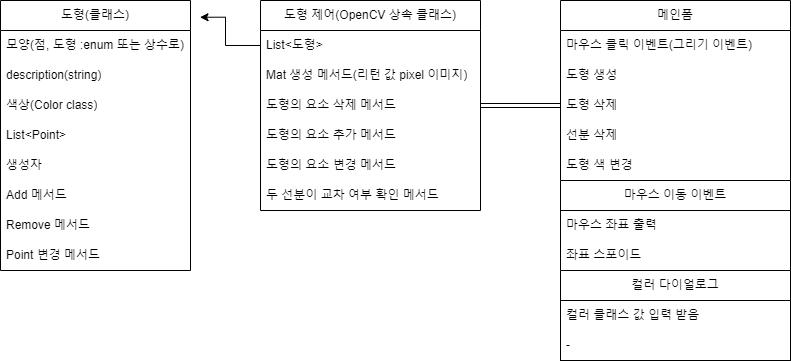
This is YJ_Project03/Program_structure.drawio.png from MenDogSai/note, a draw.io export, as it was before one commit. Source tidied: cells renumbered, new cells last; positions are measured from the earlier drawing's top-left corner, leaving out a move shared by most shapes.
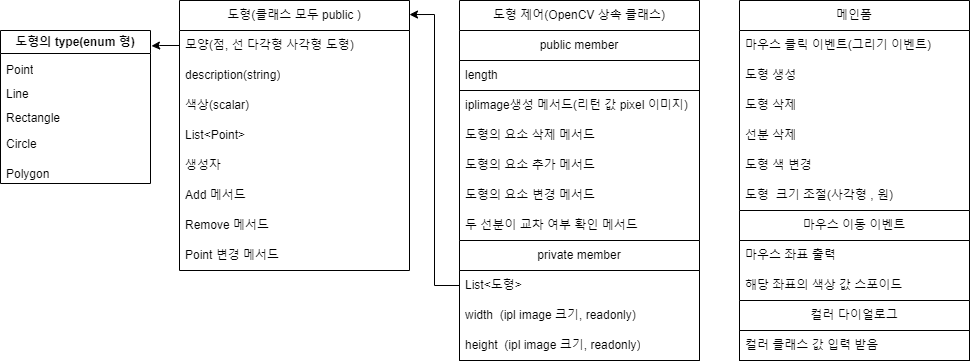
The same diagram one commit later.

The edit, as a diff of the source:
```diff
@@ -2,60 +2,69 @@
   <root>
     <mxCell id="0" />
     <mxCell id="1" parent="0" />
-    <mxCell id="2" value="도형(클래스)" style="swimlane;fontStyle=0;horizontal=1;startSize=30;whiteSpace=wrap;html=1;strokeColor=default;fontFamily=Helvetica;fontSize=12;fontColor=default;fillColor=default;" parent="1" vertex="1">
-      <mxGeometry width="190" height="270" as="geometry" />
+    <mxCell id="2" value="도형(클래스 모두 public )" style="swimlane;fontStyle=0;horizontal=1;startSize=30;whiteSpace=wrap;html=1;strokeColor=default;fontFamily=Helvetica;fontSize=12;fontColor=default;fillColor=default;" parent="1" vertex="1">
+      <mxGeometry width="230" height="270" as="geometry" />
     </mxCell>
-    <mxCell id="3" value="모양(점, 도형 :enum 또는 상수로)" style="text;strokeColor=none;fillColor=none;align=left;verticalAlign=middle;spacingLeft=4;spacingRight=4;overflow=hidden;points=[[0,0.5],[1,0.5]];portConstraint=eastwest;whiteSpace=wrap;html=1;fontSize=12;fontFamily=Helvetica;fontColor=default;" parent="2" vertex="1">
-      <mxGeometry y="30" width="190" height="30" as="geometry" />
+    <mxCell id="3" value="모양(점, 선 다각형 사각형 도형)" style="text;strokeColor=none;fillColor=none;align=left;verticalAlign=middle;spacingLeft=4;spacingRight=4;overflow=hidden;points=[[0,0.5],[1,0.5]];portConstraint=eastwest;whiteSpace=wrap;html=1;fontSize=12;fontFamily=Helvetica;fontColor=default;" parent="2" vertex="1">
+      <mxGeometry y="30" width="230" height="30" as="geometry" />
     </mxCell>
     <mxCell id="4" value="description(string)" style="text;strokeColor=none;fillColor=none;align=left;verticalAlign=middle;spacingLeft=4;spacingRight=4;overflow=hidden;whiteSpace=wrap;html=1;" parent="2" vertex="1">
-      <mxGeometry y="60" width="190" height="30" as="geometry" />
+      <mxGeometry y="60" width="230" height="30" as="geometry" />
     </mxCell>
-    <mxCell id="5" value="색상(Color class)" style="text;strokeColor=none;fillColor=none;align=left;verticalAlign=middle;spacingLeft=4;spacingRight=4;overflow=hidden;whiteSpace=wrap;html=1;" parent="2" vertex="1">
-      <mxGeometry y="90" width="190" height="30" as="geometry" />
+    <mxCell id="5" value="색상(scalar)" style="text;strokeColor=none;fillColor=none;align=left;verticalAlign=middle;spacingLeft=4;spacingRight=4;overflow=hidden;whiteSpace=wrap;html=1;" parent="2" vertex="1">
+      <mxGeometry y="90" width="230" height="30" as="geometry" />
     </mxCell>
     <mxCell id="6" value="List&amp;lt;Point&amp;gt;&amp;nbsp;" style="text;strokeColor=none;fillColor=none;align=left;verticalAlign=middle;spacingLeft=4;spacingRight=4;overflow=hidden;whiteSpace=wrap;html=1;fontSize=12;fontFamily=Helvetica;fontColor=default;" parent="2" vertex="1">
-      <mxGeometry y="120" width="190" height="30" as="geometry" />
+      <mxGeometry y="120" width="230" height="30" as="geometry" />
     </mxCell>
     <mxCell id="7" value="생성자" style="text;strokeColor=none;fillColor=none;align=left;verticalAlign=middle;spacingLeft=4;spacingRight=4;overflow=hidden;whiteSpace=wrap;html=1;" parent="2" vertex="1">
-      <mxGeometry y="150" width="190" height="30" as="geometry" />
+      <mxGeometry y="150" width="230" height="30" as="geometry" />
     </mxCell>
     <mxCell id="8" value="Add 메서드" style="text;strokeColor=none;fillColor=none;align=left;verticalAlign=middle;spacingLeft=4;spacingRight=4;overflow=hidden;whiteSpace=wrap;html=1;" parent="2" vertex="1">
-      <mxGeometry y="180" width="190" height="30" as="geometry" />
+      <mxGeometry y="180" width="230" height="30" as="geometry" />
     </mxCell>
     <mxCell id="9" value="Remove 메서드" style="text;strokeColor=none;fillColor=none;align=left;verticalAlign=middle;spacingLeft=4;spacingRight=4;overflow=hidden;whiteSpace=wrap;html=1;" parent="2" vertex="1">
-      <mxGeometry y="210" width="190" height="30" as="geometry" />
+      <mxGeometry y="210" width="230" height="30" as="geometry" />
     </mxCell>
     <mxCell id="10" value="Point 변경 메서드" style="text;strokeColor=none;fillColor=none;align=left;verticalAlign=middle;spacingLeft=4;spacingRight=4;overflow=hidden;whiteSpace=wrap;html=1;" parent="2" vertex="1">
-      <mxGeometry y="240" width="190" height="30" as="geometry" />
+      <mxGeometry y="240" width="230" height="30" as="geometry" />
     </mxCell>
-    <mxCell id="11" style="edgeStyle=orthogonalEdgeStyle;rounded=0;jettySize=auto;html=1;shape=link;" parent="1" edge="1" source="12" target="23">
-      <mxGeometry relative="1" as="geometry" />
-    </mxCell>
     <mxCell id="12" value="도형 제어(OpenCV 상속 클래스)" style="swimlane;fontStyle=0;horizontal=1;startSize=30;whiteSpace=wrap;html=1;strokeColor=default;fontFamily=Helvetica;fontSize=12;fontColor=default;fillColor=default;" parent="1" vertex="1">
-      <mxGeometry x="260" width="220" height="210" as="geometry" />
+      <mxGeometry x="280" width="240" height="360" as="geometry" />
     </mxCell>
-    <mxCell id="13" value="List&amp;lt;도형&amp;gt;" style="text;strokeColor=none;fillColor=none;align=left;verticalAlign=middle;spacingLeft=4;spacingRight=4;overflow=hidden;points=[[0,0.5],[1,0.5]];portConstraint=eastwest;whiteSpace=wrap;html=1;" parent="12" vertex="1">
-      <mxGeometry y="30" width="220" height="30" as="geometry" />
-    </mxCell>
+    <mxCell id="32" value="public member" style="swimlane;fontStyle=0;horizontal=1;startSize=30;whiteSpace=wrap;html=1;strokeColor=default;fontFamily=Helvetica;fontSize=12;fontColor=default;fillColor=default;" parent="12" vertex="1">
+      <mxGeometry y="30" width="240" height="60" as="geometry" />
+    </mxCell>
+    <mxCell id="33" value="length" style="text;strokeColor=none;fillColor=none;align=left;verticalAlign=middle;spacingLeft=4;spacingRight=4;overflow=hidden;whiteSpace=wrap;html=1;fontSize=12;fontFamily=Helvetica;fontColor=default;" parent="32" vertex="1">
+      <mxGeometry y="30" width="240" height="30" as="geometry" />
+    </mxCell>
-    <mxCell id="14" value="Mat 생성 메서드(리턴 값 pixel 이미지)&lt;br&gt;" style="text;strokeColor=none;fillColor=none;align=left;verticalAlign=middle;spacingLeft=4;spacingRight=4;overflow=hidden;whiteSpace=wrap;html=1;fontSize=12;fontFamily=Helvetica;fontColor=default;" parent="12" vertex="1">
-      <mxGeometry y="60" width="220" height="30" as="geometry" />
+    <mxCell id="14" value="iplimage생성 메서드(리턴 값 pixel 이미지)" style="text;strokeColor=none;fillColor=none;align=left;verticalAlign=middle;spacingLeft=4;spacingRight=4;overflow=hidden;whiteSpace=wrap;html=1;fontSize=12;fontFamily=Helvetica;fontColor=default;" parent="12" vertex="1">
+      <mxGeometry y="90" width="240" height="30" as="geometry" />
     </mxCell>
     <mxCell id="15" value="도형의 요소 삭제 메서드" style="text;strokeColor=none;fillColor=none;align=left;verticalAlign=middle;spacingLeft=4;spacingRight=4;overflow=hidden;whiteSpace=wrap;html=1;fontSize=12;fontFamily=Helvetica;fontColor=default;" parent="12" vertex="1">
-      <mxGeometry y="90" width="220" height="30" as="geometry" />
+      <mxGeometry y="120" width="240" height="30" as="geometry" />
     </mxCell>
     <mxCell id="16" value="도형의 요소 추가 메서드" style="text;strokeColor=none;fillColor=none;align=left;verticalAlign=middle;spacingLeft=4;spacingRight=4;overflow=hidden;whiteSpace=wrap;html=1;fontSize=12;fontFamily=Helvetica;fontColor=default;" parent="12" vertex="1">
-      <mxGeometry y="120" width="220" height="30" as="geometry" />
+      <mxGeometry y="150" width="240" height="30" as="geometry" />
     </mxCell>
     <mxCell id="17" value="도형의 요소 변경 메서드" style="text;strokeColor=none;fillColor=none;align=left;verticalAlign=middle;spacingLeft=4;spacingRight=4;overflow=hidden;whiteSpace=wrap;html=1;" parent="12" vertex="1">
-      <mxGeometry y="150" width="220" height="30" as="geometry" />
+      <mxGeometry y="180" width="240" height="30" as="geometry" />
     </mxCell>
     <mxCell id="18" value="두 선분이 교차 여부 확인 메서드" style="text;strokeColor=none;fillColor=none;align=left;verticalAlign=middle;spacingLeft=4;spacingRight=4;overflow=hidden;whiteSpace=wrap;html=1;" parent="12" vertex="1">
-      <mxGeometry y="180" width="220" height="30" as="geometry" />
+      <mxGeometry y="210" width="240" height="30" as="geometry" />
     </mxCell>
-    <mxCell id="19" style="edgeStyle=orthogonalEdgeStyle;rounded=0;jettySize=auto;html=1;exitX=0;exitY=0.5;exitDx=0;exitDy=0;entryX=1.05;entryY=0.062;entryDx=0;entryDy=0;entryPerimeter=0;" parent="1" edge="1" source="13" target="2">
-      <mxGeometry relative="1" as="geometry" />
-    </mxCell>
+    <mxCell id="34" value="private member" style="swimlane;fontStyle=0;horizontal=1;startSize=30;whiteSpace=wrap;html=1;strokeColor=default;fontFamily=Helvetica;fontSize=12;fontColor=default;fillColor=default;" parent="12" vertex="1">
+      <mxGeometry y="240" width="240" height="120" as="geometry" />
+    </mxCell>
+    <mxCell id="13" value="List&amp;lt;도형&amp;gt;" style="text;strokeColor=none;fillColor=none;align=left;verticalAlign=middle;spacingLeft=4;spacingRight=4;overflow=hidden;points=[[0,0.5],[1,0.5]];portConstraint=eastwest;whiteSpace=wrap;html=1;fontSize=12;fontFamily=Helvetica;fontColor=default;" parent="34" vertex="1">
+      <mxGeometry y="30" width="240" height="30" as="geometry" />
+    </mxCell>
+    <mxCell id="35" value="width&amp;nbsp;&amp;nbsp;(ipl image 크기, readonly)" style="text;strokeColor=none;fillColor=none;align=left;verticalAlign=middle;spacingLeft=4;spacingRight=4;overflow=hidden;whiteSpace=wrap;html=1;" parent="34" vertex="1">
+      <mxGeometry y="60" width="240" height="30" as="geometry" />
+    </mxCell>
+    <mxCell id="36" value="height&amp;nbsp;&amp;nbsp;(ipl image 크기, readonly)" style="text;strokeColor=none;fillColor=none;align=left;verticalAlign=middle;spacingLeft=4;spacingRight=4;overflow=hidden;whiteSpace=wrap;html=1;" parent="34" vertex="1">
+      <mxGeometry y="90" width="240" height="30" as="geometry" />
+    </mxCell>
     <mxCell id="20" value="메인폼" style="swimlane;fontStyle=0;horizontal=1;startSize=30;whiteSpace=wrap;html=1;" parent="1" vertex="1">
       <mxGeometry x="560" width="230" height="360" as="geometry" />
     </mxCell>
@@ -74,23 +83,47 @@
     <mxCell id="25" value="도형 색 변경" style="text;strokeColor=none;fillColor=none;align=left;verticalAlign=middle;spacingLeft=4;spacingRight=4;overflow=hidden;whiteSpace=wrap;html=1;" parent="20" vertex="1">
       <mxGeometry y="150" width="230" height="30" as="geometry" />
     </mxCell>
+    <mxCell id="37" value="도형&amp;nbsp; 크기 조절(사각형 , 원)" style="text;strokeColor=none;fillColor=none;align=left;verticalAlign=middle;spacingLeft=4;spacingRight=4;overflow=hidden;whiteSpace=wrap;html=1;" parent="20" vertex="1">
+      <mxGeometry y="180" width="230" height="30" as="geometry" />
+    </mxCell>
     <mxCell id="26" value="마우스 이동 이벤트" style="swimlane;fontStyle=0;horizontal=1;startSize=30;whiteSpace=wrap;html=1;strokeColor=default;fontFamily=Helvetica;fontSize=12;fontColor=default;fillColor=default;" parent="20" vertex="1">
-      <mxGeometry y="180" width="230" height="180" as="geometry" />
+      <mxGeometry y="210" width="230" height="150" as="geometry" />
     </mxCell>
     <mxCell id="27" value="마우스 좌표 출력" style="text;strokeColor=none;fillColor=none;align=left;verticalAlign=middle;spacingLeft=4;spacingRight=4;overflow=hidden;whiteSpace=wrap;html=1;fontSize=12;fontFamily=Helvetica;fontColor=default;" parent="26" vertex="1">
       <mxGeometry y="30" width="230" height="30" as="geometry" />
     </mxCell>
-    <mxCell id="28" value="좌표 스포이드" style="text;strokeColor=none;fillColor=none;align=left;verticalAlign=middle;spacingLeft=4;spacingRight=4;overflow=hidden;whiteSpace=wrap;html=1;fontSize=12;fontFamily=Helvetica;fontColor=default;" parent="26" vertex="1">
+    <mxCell id="28" value="해당 좌표의 색상 값 스포이드" style="text;strokeColor=none;fillColor=none;align=left;verticalAlign=middle;spacingLeft=4;spacingRight=4;overflow=hidden;whiteSpace=wrap;html=1;fontSize=12;fontFamily=Helvetica;fontColor=default;" parent="26" vertex="1">
       <mxGeometry y="60" width="230" height="30" as="geometry" />
     </mxCell>
     <mxCell id="29" value="컬러 다이얼로그" style="swimlane;fontStyle=0;horizontal=1;startSize=30;whiteSpace=wrap;html=1;strokeColor=default;fontFamily=Helvetica;fontSize=12;fontColor=default;fillColor=default;" parent="26" vertex="1">
-      <mxGeometry y="90" width="230" height="90" as="geometry" />
+      <mxGeometry y="90" width="230" height="60" as="geometry" />
     </mxCell>
     <mxCell id="30" value="컬러 클래스 값 입력 받음" style="text;strokeColor=none;fillColor=none;align=left;verticalAlign=middle;spacingLeft=4;spacingRight=4;overflow=hidden;whiteSpace=wrap;html=1;fontSize=12;fontFamily=Helvetica;fontColor=default;" parent="29" vertex="1">
       <mxGeometry y="30" width="230" height="30" as="geometry" />
     </mxCell>
-    <mxCell id="31" value="-" style="text;strokeColor=none;fillColor=none;align=left;verticalAlign=middle;spacingLeft=4;spacingRight=4;overflow=hidden;whiteSpace=wrap;html=1;fontSize=12;fontFamily=Helvetica;fontColor=default;" parent="29" vertex="1">
-      <mxGeometry y="60" width="230" height="30" as="geometry" />
-    </mxCell>
+    <mxCell id="19" style="edgeStyle=orthogonalEdgeStyle;rounded=0;jettySize=auto;html=1;exitX=0;exitY=0.5;exitDx=0;exitDy=0;entryX=1;entryY=0.052;entryDx=0;entryDy=0;entryPerimeter=0;" parent="1" edge="1" source="13" target="2">
+      <mxGeometry relative="1" as="geometry" />
+    </mxCell>
+    <mxCell id="38" value="도형의 type(enum 형)" style="swimlane;whiteSpace=wrap;html=1;" parent="1" vertex="1">
+      <mxGeometry x="-179" y="30" width="150" height="153" as="geometry" />
+    </mxCell>
+    <mxCell id="39" value="Point" style="text;strokeColor=none;fillColor=none;align=left;verticalAlign=middle;spacingLeft=4;spacingRight=4;overflow=hidden;whiteSpace=wrap;html=1;" parent="38" vertex="1">
+      <mxGeometry y="25" width="90" height="30" as="geometry" />
+    </mxCell>
+    <mxCell id="40" value="Line" style="text;strokeColor=none;fillColor=none;align=left;verticalAlign=middle;spacingLeft=4;spacingRight=4;overflow=hidden;whiteSpace=wrap;html=1;" parent="38" vertex="1">
+      <mxGeometry y="49" width="90" height="30" as="geometry" />
+    </mxCell>
+    <mxCell id="41" value="Rectangle" style="text;strokeColor=none;fillColor=none;align=left;verticalAlign=middle;spacingLeft=4;spacingRight=4;overflow=hidden;whiteSpace=wrap;html=1;" parent="38" vertex="1">
+      <mxGeometry y="72.5" width="90" height="30" as="geometry" />
+    </mxCell>
+    <mxCell id="42" value="Polygon" style="text;strokeColor=none;fillColor=none;align=left;verticalAlign=middle;spacingLeft=4;spacingRight=4;overflow=hidden;whiteSpace=wrap;html=1;" parent="38" vertex="1">
+      <mxGeometry y="129" width="90" height="30" as="geometry" />
+    </mxCell>
+    <mxCell id="43" value="Circle" style="text;strokeColor=none;fillColor=none;align=left;verticalAlign=middle;spacingLeft=4;spacingRight=4;overflow=hidden;whiteSpace=wrap;html=1;" parent="38" vertex="1">
+      <mxGeometry y="99" width="90" height="30" as="geometry" />
+    </mxCell>
+    <mxCell id="44" style="edgeStyle=orthogonalEdgeStyle;rounded=0;jettySize=auto;html=1;entryX=1.007;entryY=0.101;entryDx=0;entryDy=0;entryPerimeter=0;" parent="1" edge="1" source="3" target="38">
+      <mxGeometry relative="1" as="geometry" />
+    </mxCell>
   </root>
 </mxGraphModel>
```
